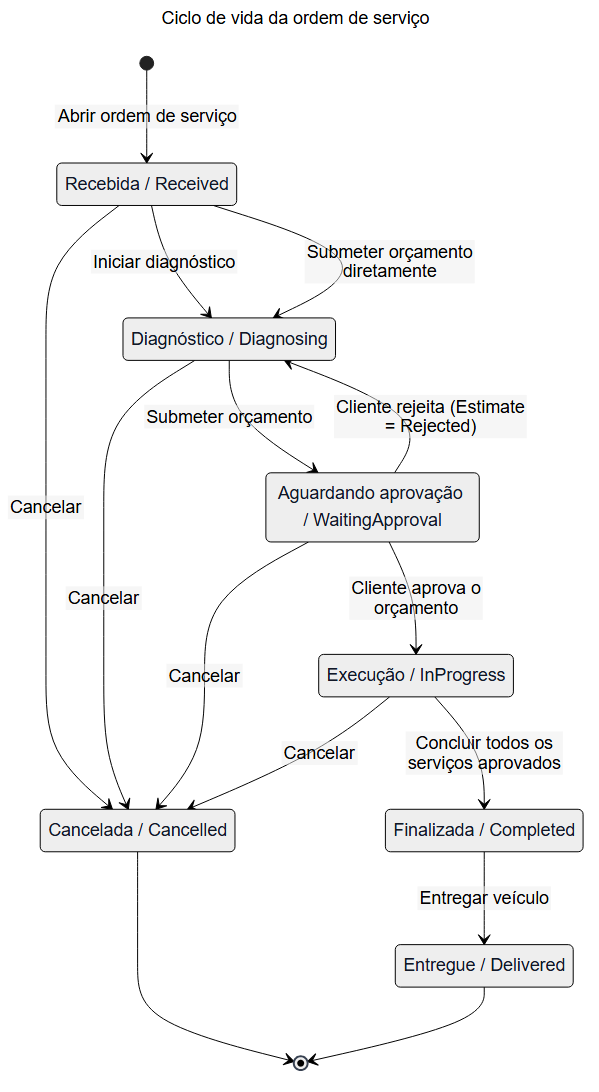
This is docs/ddd/diagrams/images/work-order-state-machine.png from DiegoRugue/GarageFlow, a Mermaid export, as it was before one commit. Its source is kept beside it as docs/ddd/diagrams/source/work-order-state-machine.mmd.
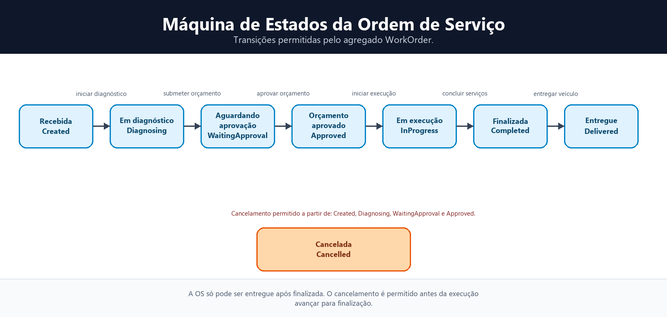
Later version of the same file.

Change to the diagram source:
```diff
@@ -1,27 +1,24 @@
----
-title: Ciclo de vida da ordem de serviço
----
 stateDiagram-v2
-    [*] --> Received: Abrir ordem de serviço
-    Received: Recebida / Received
-    Diagnosing: Diagnóstico / Diagnosing
+    [*] --> Created: Criar OS
+    Created: Recebida / Created
+    Diagnosing: Em diagnóstico / Diagnosing
     WaitingApproval: Aguardando aprovação / WaitingApproval
-    InProgress: Execução / InProgress
+    Approved: Orçamento aprovado / Approved
+    InProgress: Em execução / InProgress
     Completed: Finalizada / Completed
     Delivered: Entregue / Delivered
     Cancelled: Cancelada / Cancelled
 
-    Received --> Diagnosing: Iniciar diagnóstico
-    Received --> Diagnosing: Submeter orçamento diretamente
+    Created --> Diagnosing: Iniciar diagnóstico
+    Created --> Diagnosing: Submeter orçamento sem diagnóstico prévio
     Diagnosing --> WaitingApproval: Submeter orçamento
-    WaitingApproval --> InProgress: Cliente aprova o orçamento
-    WaitingApproval --> Diagnosing: Cliente rejeita (Estimate = Rejected)
-    InProgress --> Completed: Concluir todos os serviços aprovados
+    Created --> Cancelled: Cancelar
+    Diagnosing --> Cancelled: Cancelar
+    WaitingApproval --> Approved: Cliente aprova orçamento
+    WaitingApproval --> Cancelled: Cancelar
+    Approved --> InProgress: Iniciar execução ou iniciar serviço
+    Approved --> Cancelled: Cancelar
+    InProgress --> Completed: Todos os serviços aprovados concluídos
     Completed --> Delivered: Entregar veículo
-
-    Received --> Cancelled: Cancelar
-    Diagnosing --> Cancelled: Cancelar
-    WaitingApproval --> Cancelled: Cancelar
-    InProgress --> Cancelled: Cancelar
     Cancelled --> [*]
     Delivered --> [*]
```
